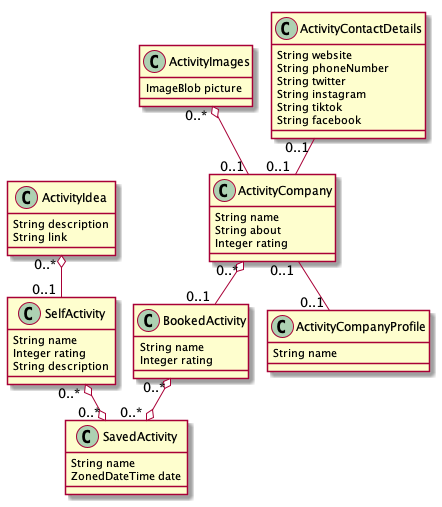
The PlantUML diagram activities.png in Harry-zhy/web_gitlab, before a commit.
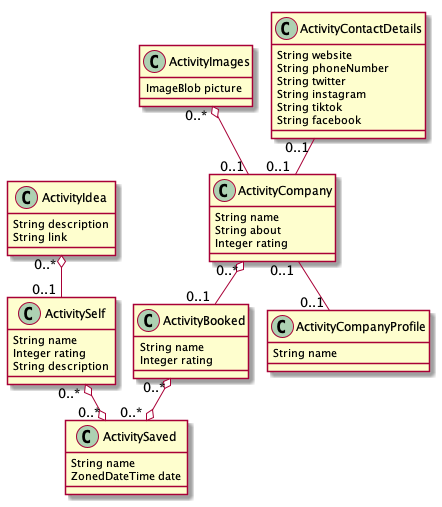
After the change.

Diff of the diagram source:
```diff
@@ -6,11 +6,11 @@
 		String about
 		Integer rating
 	}
-	class BookedActivity  {
+	class ActivityBooked  {
 		String name
 		Integer rating
 	}
-	class SelfActivity  {
+	class ActivitySelf  {
 		String name
 		Integer rating
 		String description
@@ -19,7 +19,7 @@
 		String description
 		String link
 	}
-	class SavedActivity  {
+	class ActivitySaved  {
 		String name
 		ZonedDateTime date
 	}
@@ -38,10 +38,10 @@
 		String name
 	}
 	ActivityImages  "0..* " o-- "0..1 "  ActivityCompany
-	ActivityCompany  "0..* " o-- "0..1 "  BookedActivity
-	ActivityIdea  "0..* " o-- "0..1 "  SelfActivity
+	ActivityCompany  "0..* " o-- "0..1 "  ActivityBooked
+	ActivityIdea  "0..* " o-- "0..1 "  ActivitySelf
 	ActivityCompany  "0..1 " -- "0..1 "  ActivityCompanyProfile
 	ActivityContactDetails  "0..1 " -- "0..1 "  ActivityCompany
-	BookedActivity  "0..* " o--o "0..* "  SavedActivity
-	SelfActivity  "0..* " o--o "0..* "  SavedActivity
+	ActivityBooked  "0..* " o--o "0..* "  ActivitySaved
+	ActivitySelf  "0..* " o--o "0..* "  ActivitySaved
 @enduml
```
